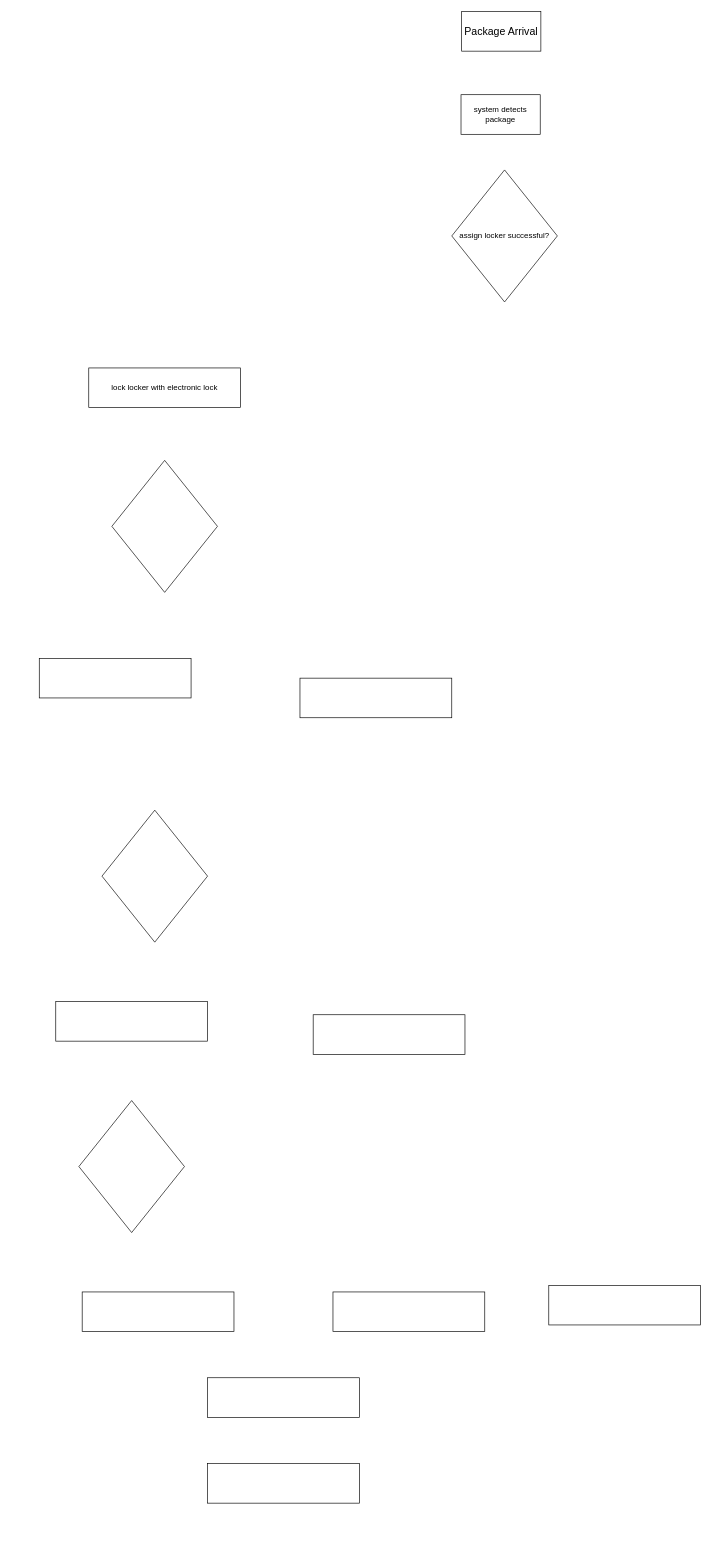
Balagopal-nagulagama/S1-T21 keeps this draw.io diagram as Untitled Diagram.drawio. Above is the earlier version. Source tidied: cells renumbered, new cells numbered last; positions are measured from the earlier drawing's top-left corner, leaving out a move shared by most shapes. Both pictures are drawn from the tidied source at 66%, with x=0, y=0 at pixel (39, 11).
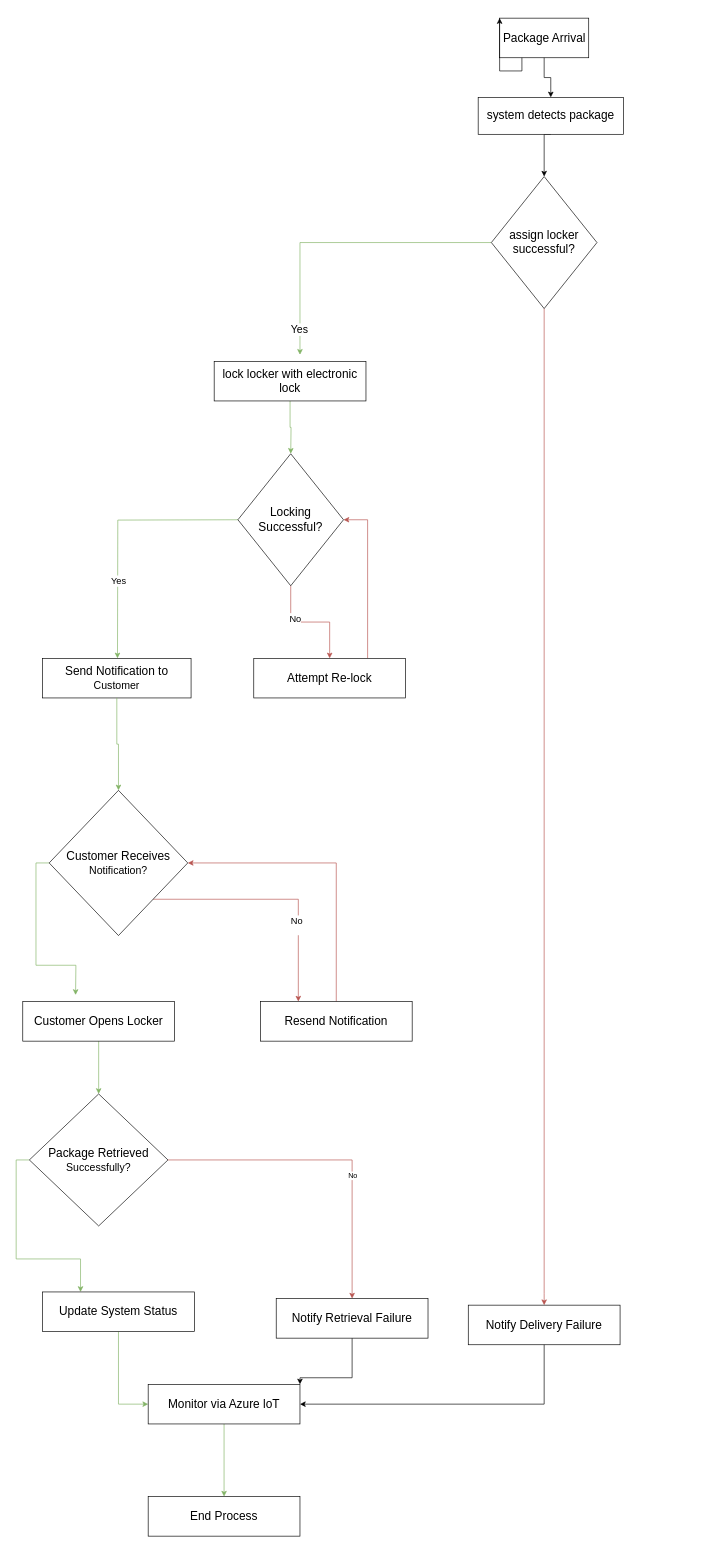
Above is the later version.

Change to the diagram source:
```diff
@@
+    <mxCell id="18" style="edgeStyle=orthogonalEdgeStyle;rounded=0;jettySize=auto;html=1;exitX=0.75;exitY=0;exitDx=0;exitDy=0;entryX=1;entryY=0.5;entryDx=0;entryDy=0;fillColor=#f8cecc;strokeColor=#b85450;" parent="1" edge="1" source="7" target="5">
+      <mxGeometry relative="1" as="geometry" />
+    </mxCell>
-    <mxCell id="2" value="&lt;font size=&quot;3&quot;&gt;Package Arrival&lt;/font&gt;" style="rounded=0;whiteSpace=wrap;html=1;" parent="1" vertex="1">
-      <mxGeometry x="640" width="120" height="60" as="geometry" />
+    <mxCell id="2" value="&lt;font style=&quot;font-size: 18px;&quot;&gt;Package Arrival&lt;/font&gt;" style="rounded=0;whiteSpace=wrap;html=1;" parent="1" vertex="1">
+      <mxGeometry x="697.5" y="10" width="135" height="60" as="geometry" />
     </mxCell>
+    <mxCell id="19" style="edgeStyle=orthogonalEdgeStyle;rounded=0;jettySize=auto;html=1;exitX=0;exitY=0.5;exitDx=0;exitDy=0;fillColor=#d5e8d4;strokeColor=#82b366;" parent="1" edge="1" source="3">
+      <mxGeometry relative="1" as="geometry">
+        <mxPoint x="395" y="520" as="targetPoint" />
+        <Array as="points">
+          <mxPoint x="395" y="350" />
+        </Array>
+      </mxGeometry>
+    </mxCell>
+    <mxCell id="20" value="&lt;font size=&quot;3&quot;&gt;Yes&lt;/font&gt;" style="edgeLabel;html=1;align=center;verticalAlign=middle;" parent="19" vertex="1">
+      <mxGeometry x="0.83" y="-2" relative="1" as="geometry" />
+    </mxCell>
+    <mxCell id="21" style="edgeStyle=orthogonalEdgeStyle;rounded=0;jettySize=auto;html=1;exitX=0.5;exitY=1;exitDx=0;exitDy=0;entryX=0.5;entryY=0;entryDx=0;entryDy=0;fillColor=#f8cecc;strokeColor=#b85450;" parent="1" edge="1" source="3" target="12">
+      <mxGeometry relative="1" as="geometry">
+        <Array as="points">
+          <mxPoint x="765" y="1942" />
+        </Array>
+      </mxGeometry>
+    </mxCell>
-    <mxCell id="3" value="assign locker successful?" style="rhombus;whiteSpace=wrap;html=1;" parent="1" vertex="1">
-      <mxGeometry x="625" y="240" width="160" height="200" as="geometry" />
+    <mxCell id="3" value="&lt;font style=&quot;font-size: 18px;&quot;&gt;assign locker successful?&lt;/font&gt;" style="rhombus;whiteSpace=wrap;html=1;" parent="1" vertex="1">
+      <mxGeometry x="685" y="250" width="160" height="200" as="geometry" />
     </mxCell>
+    <mxCell id="22" style="edgeStyle=orthogonalEdgeStyle;rounded=0;jettySize=auto;html=1;exitX=0.5;exitY=1;exitDx=0;exitDy=0;fillColor=#d5e8d4;strokeColor=#82b366;" parent="1" edge="1" source="4">
+      <mxGeometry relative="1" as="geometry">
+        <mxPoint x="381" y="670" as="targetPoint" />
+      </mxGeometry>
+    </mxCell>
-    <mxCell id="4" value="lock locker with electronic lock" style="rounded=0;whiteSpace=wrap;html=1;" parent="1" vertex="1">
-      <mxGeometry x="75" y="540" width="230" height="60" as="geometry" />
+    <mxCell id="4" value="&lt;font style=&quot;font-size: 18px;&quot;&gt;lock locker with electronic lock&lt;/font&gt;" style="rounded=0;whiteSpace=wrap;html=1;" parent="1" vertex="1">
+      <mxGeometry x="265" y="530" width="230" height="60" as="geometry" />
     </mxCell>
+    <mxCell id="23" style="edgeStyle=orthogonalEdgeStyle;rounded=0;orthogonalLoop=1;jettySize=auto;html=1;exitX=0;exitY=0.5;exitDx=0;exitDy=0;entryX=0.5;entryY=0;entryDx=0;entryDy=0;fillColor=#d5e8d4;strokeColor=#82b366;" parent="1" edge="1">
+      <mxGeometry relative="1" as="geometry">
+        <mxPoint x="302" y="770" as="sourcePoint" />
+        <mxPoint x="118.5" y="980" as="targetPoint" />
+      </mxGeometry>
+    </mxCell>
+    <mxCell id="24" value="&lt;font style=&quot;font-size: 14px;&quot;&gt;Yes&lt;/font&gt;" style="edgeLabel;html=1;align=center;verticalAlign=middle;" parent="23" vertex="1">
+      <mxGeometry x="0.4" y="2" relative="1" as="geometry">
+        <mxPoint x="-1" as="offset" />
+      </mxGeometry>
+    </mxCell>
+    <mxCell id="25" style="edgeStyle=orthogonalEdgeStyle;rounded=0;jettySize=auto;html=1;exitX=0.5;exitY=1;exitDx=0;exitDy=0;entryX=0.5;entryY=0;entryDx=0;entryDy=0;fillColor=#f8cecc;strokeColor=#b85450;" parent="1" edge="1" source="5" target="7">
+      <mxGeometry relative="1" as="geometry" />
+    </mxCell>
+    <mxCell id="26" value="&lt;font style=&quot;font-size: 14px;&quot;&gt;No&lt;/font&gt;" style="edgeLabel;html=1;align=center;verticalAlign=middle;" parent="25" vertex="1">
+      <mxGeometry x="-0.42" y="6" relative="1" as="geometry" />
+    </mxCell>
-    <mxCell id="5" style="rhombus;whiteSpace=wrap;html=1;" parent="1" vertex="1">
-      <mxGeometry x="110" y="680" width="160" height="200" as="geometry" />
+    <mxCell id="5" value="&lt;font style=&quot;font-size: 18px;&quot;&gt;Locking Successful?&lt;/font&gt;" style="rhombus;whiteSpace=wrap;html=1;" parent="1" vertex="1">
+      <mxGeometry x="301" y="670" width="160" height="200" as="geometry" />
     </mxCell>
-    <mxCell id="6" style="rounded=0;whiteSpace=wrap;html=1;" parent="1" vertex="1">
-      <mxGeometry y="980" width="230" height="60" as="geometry" />
+    <mxCell id="6" value="&lt;div&gt;&lt;font style=&quot;font-size: 18px;&quot;&gt;Send Notification to&lt;/font&gt;&lt;/div&gt;&lt;div&gt;&lt;font size=&quot;3&quot;&gt;Customer&lt;/font&gt;&lt;/div&gt;" style="rounded=0;whiteSpace=wrap;html=1;" parent="1" vertex="1">
+      <mxGeometry x="5" y="980" width="225" height="60" as="geometry" />
     </mxCell>
-    <mxCell id="7" style="rounded=0;whiteSpace=wrap;html=1;" parent="1" vertex="1">
-      <mxGeometry x="395" y="1010" width="230" height="60" as="geometry" />
+    <mxCell id="7" value="&lt;font style=&quot;font-size: 18px;&quot;&gt;Attempt Re-lock&lt;/font&gt;" style="rounded=0;whiteSpace=wrap;html=1;" parent="1" vertex="1">
+      <mxGeometry x="325" y="980" width="230" height="60" as="geometry" />
     </mxCell>
+    <mxCell id="27" style="edgeStyle=orthogonalEdgeStyle;rounded=0;jettySize=auto;html=1;exitX=0.5;exitY=1;exitDx=0;exitDy=0;entryX=0.5;entryY=0;entryDx=0;entryDy=0;fillColor=#d5e8d4;strokeColor=#82b366;" parent="1" edge="1" source="6" target="8">
+      <mxGeometry relative="1" as="geometry" />
+    </mxCell>
+    <mxCell id="28" style="edgeStyle=orthogonalEdgeStyle;rounded=0;jettySize=auto;html=1;exitX=0;exitY=0.5;exitDx=0;exitDy=0;fillColor=#d5e8d4;strokeColor=#82b366;" parent="1" edge="1" source="8">
+      <mxGeometry relative="1" as="geometry">
+        <mxPoint x="55" y="1490" as="targetPoint" />
+      </mxGeometry>
+    </mxCell>
+    <mxCell id="29" style="edgeStyle=orthogonalEdgeStyle;rounded=0;jettySize=auto;html=1;exitX=0.5;exitY=0;exitDx=0;exitDy=0;entryX=1;entryY=0.5;entryDx=0;entryDy=0;fillColor=#f8cecc;strokeColor=#b85450;" parent="1" edge="1" source="10" target="8">
+      <mxGeometry relative="1" as="geometry" />
+    </mxCell>
+    <mxCell id="30" style="edgeStyle=orthogonalEdgeStyle;rounded=0;jettySize=auto;html=1;exitX=1;exitY=1;exitDx=0;exitDy=0;entryX=0.25;entryY=0;entryDx=0;entryDy=0;fillColor=#f8cecc;strokeColor=#b85450;jumpSize=9;" parent="1" edge="1" source="8" target="10">
+      <mxGeometry relative="1" as="geometry" />
+    </mxCell>
+    <mxCell id="31" value="&lt;font style=&quot;font-size: 14px;&quot;&gt;No&lt;/font&gt;&lt;div&gt;&lt;br&gt;&lt;/div&gt;" style="edgeLabel;html=1;align=center;verticalAlign=middle;" parent="30" vertex="1">
+      <mxGeometry x="0.38" y="-3" relative="1" as="geometry">
+        <mxPoint y="-1" as="offset" />
+      </mxGeometry>
+    </mxCell>
-    <mxCell id="8" style="rhombus;whiteSpace=wrap;html=1;" parent="1" vertex="1">
-      <mxGeometry x="95" y="1210" width="160" height="200" as="geometry" />
+    <mxCell id="8" value="&lt;div&gt;&lt;font style=&quot;font-size: 18px;&quot;&gt;Customer Receives&lt;/font&gt;&lt;/div&gt;&lt;div&gt;&lt;font size=&quot;3&quot;&gt;Notification?&lt;/font&gt;&lt;/div&gt;" style="rhombus;whiteSpace=wrap;html=1;" parent="1" vertex="1">
+      <mxGeometry x="15" y="1180" width="210" height="220" as="geometry" />
     </mxCell>
+    <mxCell id="32" style="edgeStyle=orthogonalEdgeStyle;rounded=0;jettySize=auto;html=1;exitX=0.5;exitY=1;exitDx=0;exitDy=0;fillColor=#d5e8d4;strokeColor=#82b366;gradientColor=#97d077;" parent="1" edge="1" source="9" target="11">
+      <mxGeometry relative="1" as="geometry" />
+    </mxCell>
-    <mxCell id="9" style="rounded=0;whiteSpace=wrap;html=1;" parent="1" vertex="1">
-      <mxGeometry x="25" y="1500" width="230" height="60" as="geometry" />
+    <mxCell id="9" value="&lt;font style=&quot;font-size: 18px;&quot;&gt;Customer Opens Locker&lt;/font&gt;" style="rounded=0;whiteSpace=wrap;html=1;" parent="1" vertex="1">
+      <mxGeometry x="-25" y="1500" width="230" height="60" as="geometry" />
     </mxCell>
-    <mxCell id="10" style="rounded=0;whiteSpace=wrap;html=1;" parent="1" vertex="1">
-      <mxGeometry x="415" y="1520" width="230" height="60" as="geometry" />
+    <mxCell id="10" value="&lt;font style=&quot;font-size: 18px;&quot;&gt;Resend Notification&lt;/font&gt;" style="rounded=0;whiteSpace=wrap;html=1;" parent="1" vertex="1">
+      <mxGeometry x="335" y="1500" width="230" height="60" as="geometry" />
     </mxCell>
+    <mxCell id="33" style="edgeStyle=orthogonalEdgeStyle;rounded=0;jettySize=auto;html=1;exitX=0;exitY=0.5;exitDx=0;exitDy=0;entryX=0.25;entryY=0;entryDx=0;entryDy=0;fillColor=#d5e8d4;strokeColor=#82b366;gradientColor=#97d077;" parent="1" edge="1" source="11" target="13">
+      <mxGeometry relative="1" as="geometry" />
+    </mxCell>
+    <mxCell id="34" style="edgeStyle=orthogonalEdgeStyle;rounded=0;jettySize=auto;html=1;exitX=1;exitY=0.5;exitDx=0;exitDy=0;entryX=0.5;entryY=0;entryDx=0;entryDy=0;fillColor=#f8cecc;strokeColor=#b85450;" parent="1" edge="1" source="11" target="14">
+      <mxGeometry relative="1" as="geometry" />
+    </mxCell>
+    <mxCell id="35" value="No" style="edgeLabel;html=1;align=center;verticalAlign=middle;" parent="34" vertex="1">
+      <mxGeometry x="0.24" relative="1" as="geometry">
+        <mxPoint y="-1" as="offset" />
+      </mxGeometry>
+    </mxCell>
-    <mxCell id="11" style="rhombus;whiteSpace=wrap;html=1;" parent="1" vertex="1">
-      <mxGeometry x="60" y="1650" width="160" height="200" as="geometry" />
+    <mxCell id="11" value="&lt;div&gt;&lt;font style=&quot;font-size: 18px;&quot;&gt;Package Retrieved&lt;/font&gt;&lt;/div&gt;&lt;div&gt;&lt;font size=&quot;3&quot;&gt;Successfully?&lt;/font&gt;&lt;/div&gt;" style="rhombus;whiteSpace=wrap;html=1;" parent="1" vertex="1">
+      <mxGeometry x="-15" y="1640" width="210" height="200" as="geometry" />
     </mxCell>
-    <mxCell id="12" style="rounded=0;whiteSpace=wrap;html=1;" parent="1" vertex="1">
-      <mxGeometry x="772" y="1930" width="230" height="60" as="geometry" />
+    <mxCell id="12" value="&lt;font style=&quot;font-size: 18px;&quot;&gt;Notify Delivery Failure&lt;/font&gt;" style="rounded=0;whiteSpace=wrap;html=1;" parent="1" vertex="1">
+      <mxGeometry x="650" y="1960" width="230" height="60" as="geometry" />
     </mxCell>
+    <mxCell id="36" style="edgeStyle=orthogonalEdgeStyle;rounded=0;jettySize=auto;html=1;exitX=0.5;exitY=1;exitDx=0;exitDy=0;entryX=0;entryY=0.5;entryDx=0;entryDy=0;fillColor=#d5e8d4;gradientColor=#97d077;strokeColor=#82b366;" parent="1" edge="1" source="13" target="15">
+      <mxGeometry relative="1" as="geometry" />
+    </mxCell>
-    <mxCell id="13" style="rounded=0;whiteSpace=wrap;html=1;" parent="1" vertex="1">
-      <mxGeometry x="65" y="1940" width="230" height="60" as="geometry" />
+    <mxCell id="13" value="&lt;font style=&quot;font-size: 18px;&quot;&gt;Update System Status&lt;/font&gt;" style="rounded=0;whiteSpace=wrap;html=1;" parent="1" vertex="1">
+      <mxGeometry x="5" y="1940" width="230" height="60" as="geometry" />
     </mxCell>
+    <mxCell id="37" style="edgeStyle=orthogonalEdgeStyle;rounded=0;jettySize=auto;html=1;exitX=0.5;exitY=1;exitDx=0;exitDy=0;entryX=1;entryY=0;entryDx=0;entryDy=0;" parent="1" edge="1" source="14" target="15">
+      <mxGeometry relative="1" as="geometry">
+        <Array as="points">
+          <mxPoint x="474" y="2070" />
+          <mxPoint x="395" y="2070" />
+        </Array>
+      </mxGeometry>
+    </mxCell>
-    <mxCell id="14" style="rounded=0;whiteSpace=wrap;html=1;" parent="1" vertex="1">
-      <mxGeometry x="445" y="1940" width="230" height="60" as="geometry" />
+    <mxCell id="14" value="&lt;font style=&quot;font-size: 18px;&quot;&gt;Notify Retrieval Failure&lt;/font&gt;" style="rounded=0;whiteSpace=wrap;html=1;" parent="1" vertex="1">
+      <mxGeometry x="359" y="1950" width="230" height="60" as="geometry" />
     </mxCell>
+    <mxCell id="38" style="edgeStyle=orthogonalEdgeStyle;rounded=0;jettySize=auto;html=1;exitX=0.5;exitY=1;exitDx=0;exitDy=0;entryX=1;entryY=0.5;entryDx=0;entryDy=0;" parent="1" edge="1" source="12" target="15">
+      <mxGeometry relative="1" as="geometry" />
+    </mxCell>
+    <mxCell id="39" style="edgeStyle=orthogonalEdgeStyle;rounded=0;jettySize=auto;html=1;exitX=0.5;exitY=1;exitDx=0;exitDy=0;entryX=0.5;entryY=0;entryDx=0;entryDy=0;fillColor=#d5e8d4;gradientColor=#97d077;strokeColor=#82b366;" parent="1" edge="1" source="15" target="16">
+      <mxGeometry relative="1" as="geometry" />
+    </mxCell>
-    <mxCell id="15" style="rounded=0;whiteSpace=wrap;html=1;" parent="1" vertex="1">
-      <mxGeometry x="255" y="2070" width="230" height="60" as="geometry" />
+    <mxCell id="15" value="&lt;font style=&quot;font-size: 18px;&quot;&gt;Monitor via Azure loT&lt;/font&gt;" style="rounded=0;whiteSpace=wrap;html=1;" parent="1" vertex="1">
+      <mxGeometry x="165" y="2080" width="230" height="60" as="geometry" />
     </mxCell>
-    <mxCell id="16" style="rounded=0;whiteSpace=wrap;html=1;" parent="1" vertex="1">
-      <mxGeometry x="255" y="2200" width="230" height="60" as="geometry" />
+    <mxCell id="16" value="&lt;font style=&quot;font-size: 18px;&quot;&gt;End Process&lt;/font&gt;" style="rounded=0;whiteSpace=wrap;html=1;" parent="1" vertex="1">
+      <mxGeometry x="165" y="2250" width="230" height="60" as="geometry" />
     </mxCell>
+    <mxCell id="40" style="edgeStyle=orthogonalEdgeStyle;rounded=0;jettySize=auto;html=1;exitX=0.5;exitY=1;exitDx=0;exitDy=0;entryX=0.5;entryY=0;entryDx=0;entryDy=0;" parent="1" edge="1" source="17" target="3">
+      <mxGeometry relative="1" as="geometry">
+        <Array as="points">
+          <mxPoint x="765" y="186" />
+        </Array>
+      </mxGeometry>
+    </mxCell>
+    <mxCell id="41" style="edgeStyle=orthogonalEdgeStyle;rounded=0;jettySize=auto;html=1;exitX=0.5;exitY=1;exitDx=0;exitDy=0;entryX=0.5;entryY=0;entryDx=0;entryDy=0;" parent="1" edge="1" source="2" target="17">
+      <mxGeometry relative="1" as="geometry" />
+    </mxCell>
-    <mxCell id="17" value="system detects package" style="rounded=0;whiteSpace=wrap;html=1;" parent="1" vertex="1">
-      <mxGeometry x="639" y="126" width="120" height="60" as="geometry" />
+    <mxCell id="17" value="&lt;font style=&quot;font-size: 18px;&quot;&gt;system detects package&lt;/font&gt;" style="rounded=0;whiteSpace=wrap;html=1;" parent="1" vertex="1">
+      <mxGeometry x="665" y="130" width="220" height="56" as="geometry" />
     </mxCell>
+    <mxCell id="42" style="edgeStyle=orthogonalEdgeStyle;rounded=0;orthogonalLoop=1;jettySize=auto;html=1;exitX=0.25;exitY=1;exitDx=0;exitDy=0;entryX=0;entryY=0;entryDx=0;entryDy=0;" parent="1" edge="1" source="2" target="2">
+      <mxGeometry relative="1" as="geometry" />
+    </mxCell>
```
